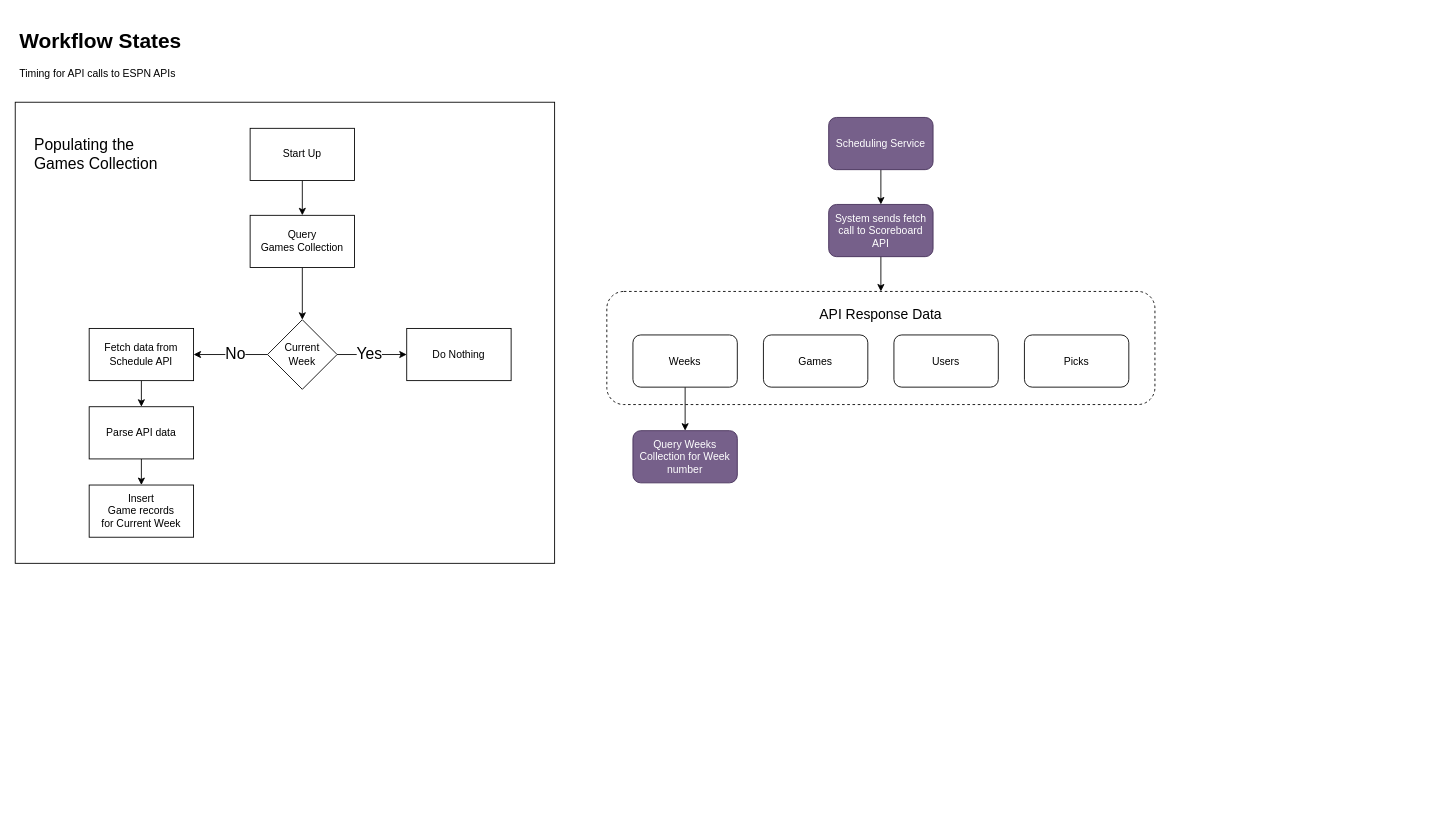
Above: page "Workflows" (3 of 3) of docs/Footballer2.drawio in tjscooper/footballer2 (draw.io), before the change. Source tidied: cells renumbered, new cells numbered last; positions are measured from the earlier drawing's top-left corner, leaving out a move shared by most shapes. Both pictures are drawn from the tidied source at 87%, with x=0, y=0 at pixel (15, 23).
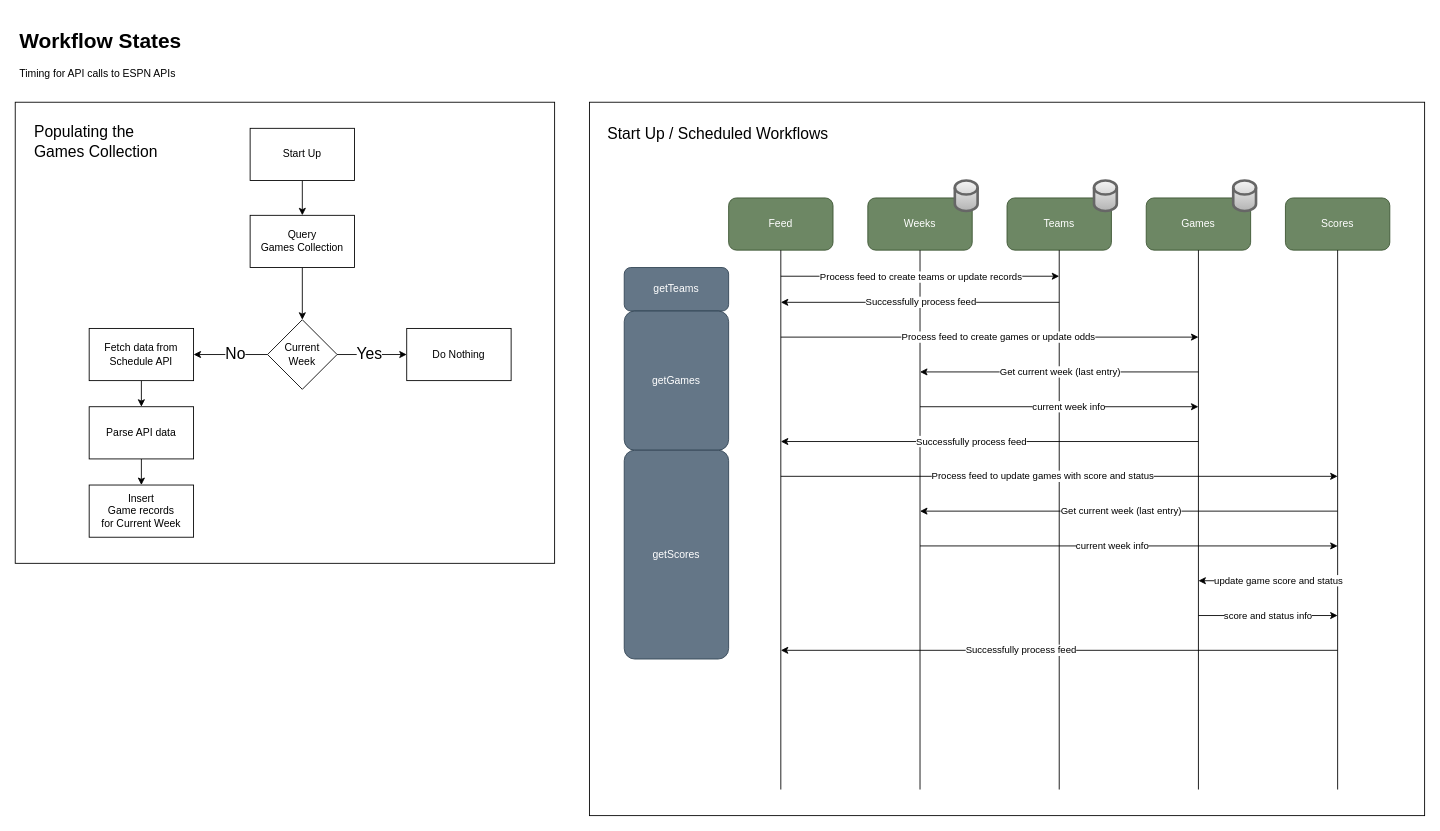
The same page after the edit.

What changed in the source:
```diff
@@
+    <mxCell id="31" style="rounded=0;whiteSpace=wrap;html=1;" parent="1" vertex="1">
+      <mxGeometry x="660" y="90" width="960" height="820" as="geometry" />
+    </mxCell>
@@
-    <mxCell id="15" value="Populating the Games Collection" style="text;html=1;strokeColor=none;fillColor=none;align=left;verticalAlign=middle;whiteSpace=wrap;rounded=0;fontSize=18;" parent="1" vertex="1">
+    <mxCell id="15" value="Populating the Games Collection" style="text;html=1;strokeColor=none;fillColor=none;align=left;verticalAlign=top;whiteSpace=wrap;rounded=0;fontSize=18;" parent="1" vertex="1">
       <mxGeometry x="20" y="107.5" width="150" height="85" as="geometry" />
     </mxCell>
@@
-    <mxCell id="20" value="API Response Data" style="rounded=1;whiteSpace=wrap;html=1;sketch=0;strokeWidth=1;fontSize=16;verticalAlign=top;spacingLeft=0;spacingTop=10;fillColor=none;dashed=1;" parent="1" vertex="1">
-      <mxGeometry x="680" y="307.5" width="630" height="130" as="geometry" />
-    </mxCell>
-    <mxCell id="21" style="edgeStyle=none;html=1;fontSize=16;" parent="1" edge="1" source="22" target="26">
-      <mxGeometry relative="1" as="geometry" />
-    </mxCell>
+    <mxCell id="23" value="Games" style="rounded=1;whiteSpace=wrap;html=1;fillColor=#6d8764;fontColor=#ffffff;strokeColor=#3A5431;" parent="1" vertex="1">
+      <mxGeometry x="1300" y="200" width="120" height="60" as="geometry" />
+    </mxCell>
+    <mxCell id="25" value="Scores" style="rounded=1;whiteSpace=wrap;html=1;fillColor=#6d8764;fontColor=#ffffff;strokeColor=#3A5431;" parent="1" vertex="1">
+      <mxGeometry x="1460" y="200" width="120" height="60" as="geometry" />
+    </mxCell>
-    <mxCell id="22" value="Weeks" style="rounded=1;whiteSpace=wrap;html=1;" parent="1" vertex="1">
-      <mxGeometry x="710" y="357.5" width="120" height="60" as="geometry" />
+    <mxCell id="22" value="Weeks" style="rounded=1;whiteSpace=wrap;html=1;fillColor=#6d8764;fontColor=#ffffff;strokeColor=#3A5431;" parent="1" vertex="1">
+      <mxGeometry x="980" y="200" width="120" height="60" as="geometry" />
     </mxCell>
-    <mxCell id="23" value="Games" style="rounded=1;whiteSpace=wrap;html=1;" parent="1" vertex="1">
-      <mxGeometry x="860" y="357.5" width="120" height="60" as="geometry" />
-    </mxCell>
-    <mxCell id="24" value="Users" style="rounded=1;whiteSpace=wrap;html=1;" parent="1" vertex="1">
-      <mxGeometry x="1010" y="357.5" width="120" height="60" as="geometry" />
-    </mxCell>
-    <mxCell id="25" value="Picks" style="rounded=1;whiteSpace=wrap;html=1;" parent="1" vertex="1">
-      <mxGeometry x="1160" y="357.5" width="120" height="60" as="geometry" />
-    </mxCell>
-    <mxCell id="26" value="Query Weeks Collection for Week number" style="rounded=1;whiteSpace=wrap;html=1;fillColor=#76608a;fontColor=#ffffff;strokeColor=#432D57;" parent="1" vertex="1">
-      <mxGeometry x="710" y="467.5" width="120" height="60" as="geometry" />
-    </mxCell>
-    <mxCell id="27" style="edgeStyle=none;html=1;exitX=0.5;exitY=1;exitDx=0;exitDy=0;entryX=0.5;entryY=0;entryDx=0;entryDy=0;fontSize=16;" parent="1" edge="1" source="28" target="20">
-      <mxGeometry relative="1" as="geometry" />
-    </mxCell>
-    <mxCell id="28" value="System sends fetch call to Scoreboard API" style="rounded=1;whiteSpace=wrap;html=1;fillColor=#76608a;fontColor=#ffffff;strokeColor=#432D57;" parent="1" vertex="1">
-      <mxGeometry x="935" y="207.5" width="120" height="60" as="geometry" />
-    </mxCell>
-    <mxCell id="29" style="edgeStyle=none;html=1;exitX=0.5;exitY=1;exitDx=0;exitDy=0;entryX=0.5;entryY=0;entryDx=0;entryDy=0;fontSize=16;" parent="1" edge="1" source="30" target="28">
-      <mxGeometry relative="1" as="geometry" />
-    </mxCell>
-    <mxCell id="30" value="Scheduling Service" style="rounded=1;whiteSpace=wrap;html=1;fillColor=#76608a;fontColor=#ffffff;strokeColor=#432D57;" parent="1" vertex="1">
-      <mxGeometry x="935" y="107.5" width="120" height="60" as="geometry" />
-    </mxCell>
+    <mxCell id="32" value="Teams" style="rounded=1;whiteSpace=wrap;html=1;fillColor=#6d8764;fontColor=#ffffff;strokeColor=#3A5431;" parent="1" vertex="1">
+      <mxGeometry x="1140" y="200" width="120" height="60" as="geometry" />
+    </mxCell>
+    <mxCell id="33" style="endArrow=none;html=1;" parent="1" edge="1">
+      <mxGeometry relative="1" as="geometry">
+        <mxPoint x="1040" y="880" as="sourcePoint" />
+        <mxPoint x="1040" y="260" as="targetPoint" />
+      </mxGeometry>
+    </mxCell>
+    <mxCell id="34" style="endArrow=none;html=1;" parent="1" edge="1">
+      <mxGeometry relative="1" as="geometry">
+        <mxPoint x="1200" y="880" as="sourcePoint" />
+        <mxPoint x="1200" y="260" as="targetPoint" />
+      </mxGeometry>
+    </mxCell>
+    <mxCell id="35" value="Feed" style="rounded=1;whiteSpace=wrap;html=1;fillColor=#6d8764;fontColor=#ffffff;strokeColor=#3A5431;" parent="1" vertex="1">
+      <mxGeometry x="820" y="200" width="120" height="60" as="geometry" />
+    </mxCell>
+    <mxCell id="36" style="endArrow=none;html=1;" parent="1" edge="1">
+      <mxGeometry relative="1" as="geometry">
+        <mxPoint x="880" y="880" as="sourcePoint" />
+        <mxPoint x="880" y="260" as="targetPoint" />
+      </mxGeometry>
+    </mxCell>
+    <mxCell id="37" style="endArrow=classic;html=1;" parent="1" edge="1">
+      <mxGeometry relative="1" as="geometry">
+        <mxPoint x="880" y="290" as="sourcePoint" />
+        <mxPoint x="1200" y="290" as="targetPoint" />
+      </mxGeometry>
+    </mxCell>
+    <mxCell id="38" value="Process feed to create teams or update records" style="edgeLabel;html=1;align=center;verticalAlign=middle;" parent="37" vertex="1">
+      <mxGeometry x="-0.37" y="3" relative="1" as="geometry">
+        <mxPoint x="59" y="3" as="offset" />
+      </mxGeometry>
+    </mxCell>
+    <mxCell id="39" style="endArrow=none;html=1;" parent="1" edge="1">
+      <mxGeometry relative="1" as="geometry">
+        <mxPoint x="1360" y="880" as="sourcePoint" />
+        <mxPoint x="1360" y="260" as="targetPoint" />
+      </mxGeometry>
+    </mxCell>
+    <mxCell id="40" style="endArrow=classic;html=1;" parent="1" edge="1">
+      <mxGeometry relative="1" as="geometry">
+        <mxPoint x="1200" y="320" as="sourcePoint" />
+        <mxPoint x="880" y="320" as="targetPoint" />
+      </mxGeometry>
+    </mxCell>
+    <mxCell id="41" value="Successfully process feed" style="edgeLabel;html=1;align=center;verticalAlign=middle;" parent="40" vertex="1">
+      <mxGeometry x="0.28" y="1" relative="1" as="geometry">
+        <mxPoint x="45" y="-2" as="offset" />
+      </mxGeometry>
+    </mxCell>
+    <mxCell id="42" style="endArrow=classic;html=1;" parent="1" edge="1">
+      <mxGeometry relative="1" as="geometry">
+        <mxPoint x="880" y="360" as="sourcePoint" />
+        <mxPoint x="1360" y="360" as="targetPoint" />
+      </mxGeometry>
+    </mxCell>
+    <mxCell id="43" value="Process feed to create games or update odds" style="edgeLabel;html=1;align=center;verticalAlign=middle;" parent="42" vertex="1">
+      <mxGeometry x="-0.37" y="3" relative="1" as="geometry">
+        <mxPoint x="98" y="2" as="offset" />
+      </mxGeometry>
+    </mxCell>
+    <mxCell id="44" style="endArrow=classic;html=1;" parent="1" edge="1">
+      <mxGeometry relative="1" as="geometry">
+        <mxPoint x="1360" y="400" as="sourcePoint" />
+        <mxPoint x="1040" y="400" as="targetPoint" />
+      </mxGeometry>
+    </mxCell>
+    <mxCell id="45" value="Get current week (last entry)" style="edgeLabel;html=1;align=center;verticalAlign=middle;" parent="44" vertex="1">
+      <mxGeometry x="0.13" y="-2" relative="1" as="geometry">
+        <mxPoint x="21" y="1" as="offset" />
+      </mxGeometry>
+    </mxCell>
+    <mxCell id="46" style="endArrow=classic;html=1;" parent="1" edge="1">
+      <mxGeometry relative="1" as="geometry">
+        <mxPoint x="1040" y="440" as="sourcePoint" />
+        <mxPoint x="1360" y="440" as="targetPoint" />
+      </mxGeometry>
+    </mxCell>
+    <mxCell id="47" value="current week info" style="edgeLabel;html=1;align=center;verticalAlign=middle;" parent="46" vertex="1">
+      <mxGeometry x="-0.37" y="3" relative="1" as="geometry">
+        <mxPoint x="69" y="2" as="offset" />
+      </mxGeometry>
+    </mxCell>
+    <mxCell id="48" style="endArrow=classic;html=1;" parent="1" edge="1">
+      <mxGeometry relative="1" as="geometry">
+        <mxPoint x="1360" y="480" as="sourcePoint" />
+        <mxPoint x="880" y="480" as="targetPoint" />
+      </mxGeometry>
+    </mxCell>
+    <mxCell id="49" value="Successfully process feed" style="edgeLabel;html=1;align=center;verticalAlign=middle;" parent="48" vertex="1">
+      <mxGeometry x="0.28" y="1" relative="1" as="geometry">
+        <mxPoint x="45" y="-2" as="offset" />
+      </mxGeometry>
+    </mxCell>
+    <mxCell id="50" value="Start Up / Scheduled Workflows" style="text;html=1;strokeColor=none;fillColor=none;align=left;verticalAlign=top;whiteSpace=wrap;rounded=0;fontSize=18;" parent="1" vertex="1">
+      <mxGeometry x="679" y="110" width="320" height="85" as="geometry" />
+    </mxCell>
+    <mxCell id="51" value="getTeams" style="rounded=1;whiteSpace=wrap;html=1;fillColor=#647687;fontColor=#ffffff;strokeColor=#314354;" parent="1" vertex="1">
+      <mxGeometry x="700" y="280" width="120" height="50" as="geometry" />
+    </mxCell>
+    <mxCell id="52" value="getGames" style="rounded=1;whiteSpace=wrap;html=1;arcSize=10;fillColor=#647687;fontColor=#ffffff;strokeColor=#314354;" parent="1" vertex="1">
+      <mxGeometry x="700" y="330" width="120" height="160" as="geometry" />
+    </mxCell>
+    <mxCell id="53" value="getScores" style="rounded=1;whiteSpace=wrap;html=1;arcSize=10;fillColor=#647687;fontColor=#ffffff;strokeColor=#314354;" parent="1" vertex="1">
+      <mxGeometry x="700" y="490" width="120" height="240" as="geometry" />
+    </mxCell>
+    <mxCell id="54" style="endArrow=classic;html=1;" parent="1" edge="1">
+      <mxGeometry relative="1" as="geometry">
+        <mxPoint x="880" y="520" as="sourcePoint" />
+        <mxPoint x="1520" y="520" as="targetPoint" />
+      </mxGeometry>
+    </mxCell>
+    <mxCell id="55" value="Process feed to update games with score and status" style="edgeLabel;html=1;align=center;verticalAlign=middle;" parent="54" vertex="1">
+      <mxGeometry x="-0.37" y="3" relative="1" as="geometry">
+        <mxPoint x="98" y="2" as="offset" />
+      </mxGeometry>
+    </mxCell>
+    <mxCell id="56" style="endArrow=classic;html=1;" parent="1" edge="1">
+      <mxGeometry relative="1" as="geometry">
+        <mxPoint x="1520" y="560" as="sourcePoint" />
+        <mxPoint x="1040" y="560" as="targetPoint" />
+      </mxGeometry>
+    </mxCell>
+    <mxCell id="57" value="Get current week (last entry)" style="edgeLabel;html=1;align=center;verticalAlign=middle;" parent="56" vertex="1">
+      <mxGeometry x="0.13" y="-2" relative="1" as="geometry">
+        <mxPoint x="21" y="1" as="offset" />
+      </mxGeometry>
+    </mxCell>
+    <mxCell id="58" style="endArrow=classic;html=1;" parent="1" edge="1">
+      <mxGeometry relative="1" as="geometry">
+        <mxPoint x="1040" y="600" as="sourcePoint" />
+        <mxPoint x="1520" y="600" as="targetPoint" />
+      </mxGeometry>
+    </mxCell>
+    <mxCell id="59" value="current week info" style="edgeLabel;html=1;align=center;verticalAlign=middle;" parent="58" vertex="1">
+      <mxGeometry x="-0.37" y="3" relative="1" as="geometry">
+        <mxPoint x="69" y="2" as="offset" />
+      </mxGeometry>
+    </mxCell>
+    <mxCell id="60" style="shape=cylinder3;whiteSpace=wrap;html=1;boundedLbl=1;backgroundOutline=1;size=8.055976867675781;fillColor=#f5f5f5;strokeColor=#666666;gradientColor=#b3b3b3;strokeWidth=3;" parent="1" vertex="1">
+      <mxGeometry x="1080" y="180" width="26.2" height="35" as="geometry" />
+    </mxCell>
+    <mxCell id="61" style="shape=cylinder3;whiteSpace=wrap;html=1;boundedLbl=1;backgroundOutline=1;size=8.055976867675781;fillColor=#f5f5f5;strokeColor=#666666;gradientColor=#b3b3b3;strokeWidth=3;" parent="1" vertex="1">
+      <mxGeometry x="1240" y="180" width="26.2" height="35" as="geometry" />
+    </mxCell>
+    <mxCell id="62" style="shape=cylinder3;whiteSpace=wrap;html=1;boundedLbl=1;backgroundOutline=1;size=8.055976867675781;fillColor=#f5f5f5;strokeColor=#666666;gradientColor=#b3b3b3;strokeWidth=3;" parent="1" vertex="1">
+      <mxGeometry x="1400" y="180" width="26.2" height="35" as="geometry" />
+    </mxCell>
+    <mxCell id="63" style="endArrow=none;html=1;" parent="1" edge="1">
+      <mxGeometry relative="1" as="geometry">
+        <mxPoint x="1520" y="880" as="sourcePoint" />
+        <mxPoint x="1520" y="260" as="targetPoint" />
+      </mxGeometry>
+    </mxCell>
+    <mxCell id="64" style="endArrow=classic;html=1;" parent="1" edge="1">
+      <mxGeometry relative="1" as="geometry">
+        <mxPoint x="1520" y="640" as="sourcePoint" />
+        <mxPoint x="1360" y="640" as="targetPoint" />
+      </mxGeometry>
+    </mxCell>
+    <mxCell id="65" value="update game score and status" style="edgeLabel;html=1;align=center;verticalAlign=middle;" parent="64" vertex="1">
+      <mxGeometry x="0.13" y="-2" relative="1" as="geometry">
+        <mxPoint x="21" y="1" as="offset" />
+      </mxGeometry>
+    </mxCell>
+    <mxCell id="66" style="endArrow=classic;html=1;" parent="1" edge="1">
+      <mxGeometry relative="1" as="geometry">
+        <mxPoint x="1360" y="680" as="sourcePoint" />
+        <mxPoint x="1520" y="680" as="targetPoint" />
+      </mxGeometry>
+    </mxCell>
+    <mxCell id="67" value="score and status info" style="edgeLabel;html=1;align=center;verticalAlign=middle;" parent="66" vertex="1">
+      <mxGeometry x="-0.37" y="3" relative="1" as="geometry">
+        <mxPoint x="29" y="2" as="offset" />
+      </mxGeometry>
+    </mxCell>
+    <mxCell id="68" style="endArrow=classic;html=1;" parent="1" edge="1">
+      <mxGeometry relative="1" as="geometry">
+        <mxPoint x="1520" y="720" as="sourcePoint" />
+        <mxPoint x="880" y="720" as="targetPoint" />
+      </mxGeometry>
+    </mxCell>
+    <mxCell id="69" value="Successfully process feed" style="edgeLabel;html=1;align=center;verticalAlign=middle;" parent="68" vertex="1">
+      <mxGeometry x="0.28" y="1" relative="1" as="geometry">
+        <mxPoint x="45" y="-2" as="offset" />
+      </mxGeometry>
+    </mxCell>
```
